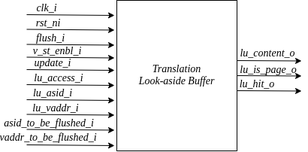
Above: docs/03_cva6_design/_static/in_out_tlb.png in openhwgroup/cva6 (draw.io), before the change. Source tidied: cells renumbered, new cells last; positions are measured from the earlier drawing's top-left corner, leaving out a move shared by most shapes.
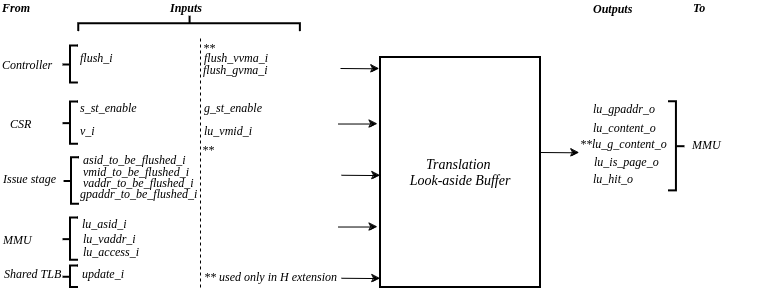
Later version of the same file.

The edit, as a diff of the source:
```diff
@@ -2,125 +2,176 @@
   <root>
     <mxCell id="0" />
     <mxCell id="1" parent="0" />
-    <mxCell id="2" value="&lt;p style=&quot;line-height: 120%;&quot;&gt;&lt;font style=&quot;font-size: 14px;&quot; face=&quot;Times New Roman&quot;&gt;&lt;i&gt;Translation&lt;br&gt;Look-aside Buffer&lt;/i&gt;&lt;/font&gt;&lt;/p&gt;" style="rounded=0;whiteSpace=wrap;html=1;" parent="1" vertex="1">
-      <mxGeometry x="120" width="160" height="200" as="geometry" />
+    <mxCell id="2" value="&lt;div&gt;Translation&amp;nbsp;&lt;/div&gt;&lt;div&gt;Look-aside Buffer&lt;/div&gt;" style="rounded=0;whiteSpace=wrap;html=1;strokeWidth=2;fontStyle=2;fontFamily=Times New Roman;fontSize=14;labelBackgroundColor=none;" parent="1" vertex="1">
+      <mxGeometry x="260" y="90" width="160" height="230" as="geometry" />
     </mxCell>
-    <mxCell id="3" style="endArrow=classic;html=1;rounded=0;entryX=-0.015;entryY=0.092;entryDx=0;entryDy=0;entryPerimeter=0;" parent="1" edge="1">
-      <mxGeometry relative="1" as="geometry">
-        <mxPoint y="19" as="sourcePoint" />
-        <mxPoint x="117" y="20" as="targetPoint" />
-      </mxGeometry>
-    </mxCell>
-    <mxCell id="4" style="endArrow=classic;html=1;rounded=0;entryX=-0.015;entryY=0.092;entryDx=0;entryDy=0;entryPerimeter=0;" parent="1" edge="1">
-      <mxGeometry relative="1" as="geometry">
-        <mxPoint y="38.5" as="sourcePoint" />
-        <mxPoint x="117" y="39.5" as="targetPoint" />
-      </mxGeometry>
-    </mxCell>
-    <mxCell id="5" style="endArrow=classic;html=1;rounded=0;entryX=-0.015;entryY=0.092;entryDx=0;entryDy=0;entryPerimeter=0;" parent="1" edge="1">
-      <mxGeometry relative="1" as="geometry">
-        <mxPoint y="58.5" as="sourcePoint" />
-        <mxPoint x="117" y="59.5" as="targetPoint" />
-      </mxGeometry>
-    </mxCell>
-    <mxCell id="6" style="endArrow=classic;html=1;rounded=0;entryX=-0.015;entryY=0.092;entryDx=0;entryDy=0;entryPerimeter=0;" parent="1" edge="1">
-      <mxGeometry relative="1" as="geometry">
-        <mxPoint y="92" as="sourcePoint" />
-        <mxPoint x="117" y="93" as="targetPoint" />
-      </mxGeometry>
-    </mxCell>
-    <mxCell id="7" style="endArrow=classic;html=1;rounded=0;entryX=-0.015;entryY=0.092;entryDx=0;entryDy=0;entryPerimeter=0;" parent="1" edge="1">
-      <mxGeometry relative="1" as="geometry">
-        <mxPoint y="112" as="sourcePoint" />
-        <mxPoint x="117" y="113" as="targetPoint" />
-      </mxGeometry>
-    </mxCell>
-    <mxCell id="8" style="endArrow=classic;html=1;rounded=0;entryX=-0.015;entryY=0.092;entryDx=0;entryDy=0;entryPerimeter=0;" parent="1" edge="1">
-      <mxGeometry relative="1" as="geometry">
-        <mxPoint y="132" as="sourcePoint" />
-        <mxPoint x="117" y="133" as="targetPoint" />
-      </mxGeometry>
-    </mxCell>
-    <mxCell id="9" style="endArrow=classic;html=1;rounded=0;entryX=-0.015;entryY=0.092;entryDx=0;entryDy=0;entryPerimeter=0;" parent="1" edge="1">
-      <mxGeometry relative="1" as="geometry">
-        <mxPoint y="151.5" as="sourcePoint" />
-        <mxPoint x="117" y="152.5" as="targetPoint" />
-      </mxGeometry>
-    </mxCell>
-    <mxCell id="10" style="endArrow=classic;html=1;rounded=0;entryX=-0.015;entryY=0.092;entryDx=0;entryDy=0;entryPerimeter=0;" parent="1" edge="1">
-      <mxGeometry relative="1" as="geometry">
-        <mxPoint y="171.5" as="sourcePoint" />
-        <mxPoint x="117" y="172.5" as="targetPoint" />
-      </mxGeometry>
-    </mxCell>
-    <mxCell id="11" style="endArrow=classic;html=1;rounded=0;entryX=-0.015;entryY=0.092;entryDx=0;entryDy=0;entryPerimeter=0;" parent="1" edge="1">
-      <mxGeometry relative="1" as="geometry">
-        <mxPoint y="192" as="sourcePoint" />
-        <mxPoint x="117" y="193" as="targetPoint" />
-      </mxGeometry>
-    </mxCell>
-    <mxCell id="12" style="endArrow=classic;html=1;rounded=0;" parent="1" edge="1">
-      <mxGeometry relative="1" as="geometry">
-        <mxPoint x="280" y="120" as="sourcePoint" />
-        <mxPoint x="366" y="120.5" as="targetPoint" />
-      </mxGeometry>
-    </mxCell>
-    <mxCell id="13" style="endArrow=classic;html=1;rounded=0;" parent="1" edge="1">
-      <mxGeometry relative="1" as="geometry">
-        <mxPoint x="280" y="100" as="sourcePoint" />
-        <mxPoint x="366" y="100.5" as="targetPoint" />
-      </mxGeometry>
-    </mxCell>
-    <mxCell id="14" style="endArrow=classic;html=1;rounded=0;" parent="1" edge="1">
-      <mxGeometry relative="1" as="geometry">
-        <mxPoint x="280" y="80" as="sourcePoint" />
-        <mxPoint x="366" y="80.5" as="targetPoint" />
-      </mxGeometry>
-    </mxCell>
-    <mxCell id="15" value="clk_i" style="text;html=1;strokeColor=none;fillColor=none;align=center;verticalAlign=middle;whiteSpace=wrap;rounded=0;fontSize=14;fontStyle=2;fontFamily=Times New Roman;" parent="1" vertex="1">
-      <mxGeometry x="17" y="5" width="20" height="10" as="geometry" />
-    </mxCell>
-    <mxCell id="16" value="rst_ni" style="text;html=1;strokeColor=none;fillColor=none;align=center;verticalAlign=middle;whiteSpace=wrap;rounded=0;fontSize=14;fontStyle=2;fontFamily=Times New Roman;" parent="1" vertex="1">
-      <mxGeometry x="19" y="25" width="20" height="10" as="geometry" />
-    </mxCell>
-    <mxCell id="17" value="flush_i" style="text;html=1;strokeColor=none;fillColor=none;align=center;verticalAlign=middle;whiteSpace=wrap;rounded=0;fontSize=14;fontStyle=2;fontFamily=Times New Roman;" parent="1" vertex="1">
-      <mxGeometry x="22" y="45" width="20" height="10" as="geometry" />
+    <mxCell id="17" value="flush_i" style="text;html=1;strokeColor=none;fillColor=none;align=left;verticalAlign=middle;whiteSpace=wrap;rounded=0;fontStyle=2;fontFamily=Times New Roman;fontSize=12;labelBackgroundColor=none;" parent="1" vertex="1">
+      <mxGeometry x="-42" y="85" width="30" height="10" as="geometry" />
     </mxCell>
-    <mxCell id="18" value="update_i" style="text;html=1;strokeColor=none;fillColor=none;align=center;verticalAlign=middle;whiteSpace=wrap;rounded=0;fontSize=14;fontStyle=2;fontFamily=Times New Roman;" parent="1" vertex="1">
-      <mxGeometry x="25" y="78" width="20" height="10" as="geometry" />
-    </mxCell>
-    <mxCell id="19" value="lu_access_i" style="text;html=1;strokeColor=none;fillColor=none;align=center;verticalAlign=middle;whiteSpace=wrap;rounded=0;fontSize=14;fontStyle=2;fontFamily=Times New Roman;" parent="1" vertex="1">
-      <mxGeometry x="33" y="98" width="20" height="10" as="geometry" />
-    </mxCell>
+    <mxCell id="29" value="s_st_enable" style="text;html=1;strokeColor=none;fillColor=none;align=left;verticalAlign=middle;whiteSpace=wrap;rounded=0;fontStyle=2;fontFamily=Times New Roman;fontSize=12;labelBackgroundColor=none;" parent="1" vertex="1">
+      <mxGeometry x="-42" y="134.5" width="30" height="10" as="geometry" />
+    </mxCell>
+    <mxCell id="21" value="lu_vaddr_i" style="text;html=1;strokeColor=none;fillColor=none;align=left;verticalAlign=middle;whiteSpace=wrap;rounded=0;fontStyle=2;fontFamily=Times New Roman;fontSize=12;labelBackgroundColor=none;" parent="1" vertex="1">
+      <mxGeometry x="-39" y="265.8" width="30" height="10" as="geometry" />
+    </mxCell>
-    <mxCell id="20" value="lu_asid_i" style="text;html=1;strokeColor=none;fillColor=none;align=center;verticalAlign=middle;whiteSpace=wrap;rounded=0;fontSize=14;fontStyle=2;fontFamily=Times New Roman;" parent="1" vertex="1">
-      <mxGeometry x="25" y="120" width="20" height="5" as="geometry" />
+    <mxCell id="20" value="lu_asid_i" style="text;html=1;strokeColor=none;fillColor=none;align=left;verticalAlign=middle;whiteSpace=wrap;rounded=0;fontStyle=2;fontFamily=Times New Roman;fontSize=12;labelBackgroundColor=none;" parent="1" vertex="1">
+      <mxGeometry x="-40" y="250.8" width="30" height="10" as="geometry" />
     </mxCell>
-    <mxCell id="21" value="lu_vaddr_i" style="text;html=1;strokeColor=none;fillColor=none;align=center;verticalAlign=middle;whiteSpace=wrap;rounded=0;fontSize=14;fontStyle=2;fontFamily=Times New Roman;" parent="1" vertex="1">
-      <mxGeometry x="29" y="138" width="20" height="10" as="geometry" />
-    </mxCell>
-    <mxCell id="22" value="asid_to_be_flushed_i" style="text;html=1;strokeColor=none;fillColor=none;align=center;verticalAlign=middle;whiteSpace=wrap;rounded=0;fontSize=14;fontStyle=2;fontFamily=Times New Roman;" parent="1" vertex="1">
-      <mxGeometry x="20" y="158" width="20" height="10" as="geometry" />
+    <mxCell id="22" value="asid_to_be_flushed_i" style="text;html=1;strokeColor=none;fillColor=none;align=left;verticalAlign=middle;whiteSpace=wrap;rounded=0;fontStyle=2;fontFamily=Times New Roman;fontSize=12;labelBackgroundColor=none;" parent="1" vertex="1">
+      <mxGeometry x="-39" y="186.8" width="30" height="10" as="geometry" />
     </mxCell>
-    <mxCell id="23" value="vaddr_to_be_flushed_i" style="text;html=1;strokeColor=none;fillColor=none;align=center;verticalAlign=middle;whiteSpace=wrap;rounded=0;fontSize=14;fontStyle=2;fontFamily=Times New Roman;" parent="1" vertex="1">
-      <mxGeometry x="19" y="177" width="20" height="10" as="geometry" />
+    <mxCell id="23" value="vaddr_to_be_flushed_i" style="text;html=1;strokeColor=none;fillColor=none;align=left;verticalAlign=middle;whiteSpace=wrap;rounded=0;fontStyle=2;fontFamily=Times New Roman;fontSize=12;labelBackgroundColor=none;" parent="1" vertex="1">
+      <mxGeometry x="-39" y="209.8" width="30" height="10" as="geometry" />
     </mxCell>
+    <mxCell id="30" value="g_st_enable" style="text;html=1;strokeColor=none;fillColor=none;align=left;verticalAlign=middle;whiteSpace=wrap;rounded=0;fontStyle=2;fontFamily=Times New Roman;fontSize=12;labelBackgroundColor=none;" parent="1" vertex="1">
+      <mxGeometry x="82" y="134.5" width="30" height="10" as="geometry" />
+    </mxCell>
+    <mxCell id="31" value="v_i" style="text;html=1;strokeColor=none;fillColor=none;align=left;verticalAlign=middle;whiteSpace=wrap;rounded=0;fontStyle=2;fontFamily=Times New Roman;fontSize=12;labelBackgroundColor=none;" parent="1" vertex="1">
+      <mxGeometry x="-42" y="157.5" width="30" height="10" as="geometry" />
+    </mxCell>
+    <mxCell id="32" value="lu_vmid_i" style="text;html=1;strokeColor=none;fillColor=none;align=left;verticalAlign=middle;whiteSpace=wrap;rounded=0;fontStyle=2;fontFamily=Times New Roman;fontSize=12;labelBackgroundColor=none;" parent="1" vertex="1">
+      <mxGeometry x="82" y="157.5" width="30" height="10" as="geometry" />
+    </mxCell>
+    <mxCell id="33" value="vmid_to_be_flushed_i" style="text;html=1;strokeColor=none;fillColor=none;align=left;verticalAlign=middle;whiteSpace=wrap;rounded=0;fontStyle=2;fontFamily=Times New Roman;fontSize=12;labelBackgroundColor=none;" parent="1" vertex="1">
+      <mxGeometry x="-39" y="198.8" width="30" height="10" as="geometry" />
+    </mxCell>
+    <mxCell id="34" value="gpaddr_to_be_flushed_i" style="text;html=1;strokeColor=none;fillColor=none;align=left;verticalAlign=middle;whiteSpace=wrap;rounded=0;fontStyle=2;fontFamily=Times New Roman;fontSize=12;labelBackgroundColor=none;" parent="1" vertex="1">
+      <mxGeometry x="-42" y="220.8" width="30" height="10" as="geometry" />
+    </mxCell>
+    <mxCell id="35" value="flush_vvma_i" style="text;html=1;strokeColor=none;fillColor=none;align=left;verticalAlign=middle;whiteSpace=wrap;rounded=0;fontStyle=2;fontFamily=Times New Roman;fontSize=12;labelBackgroundColor=none;" parent="1" vertex="1">
+      <mxGeometry x="82" y="85" width="30" height="10" as="geometry" />
+    </mxCell>
+    <mxCell id="36" value="flush_gvma_i" style="text;html=1;strokeColor=none;fillColor=none;align=left;verticalAlign=middle;whiteSpace=wrap;rounded=0;fontStyle=2;fontFamily=Times New Roman;fontSize=12;labelBackgroundColor=none;" parent="1" vertex="1">
+      <mxGeometry x="81" y="97" width="30" height="10" as="geometry" />
+    </mxCell>
+    <mxCell id="37" style="endArrow=classic;html=1;rounded=0;strokeColor=#000000;fontColor=#393C56;fillColor=#F2CC8F;" parent="1" edge="1">
+      <mxGeometry relative="1" as="geometry">
+        <mxPoint x="220" y="101" as="sourcePoint" />
+        <mxPoint x="259" y="101.3" as="targetPoint" />
+      </mxGeometry>
+    </mxCell>
+    <mxCell id="38" value="Controller" style="text;html=1;strokeColor=none;fillColor=none;align=left;verticalAlign=middle;whiteSpace=wrap;rounded=0;fontStyle=2;fontFamily=Times New Roman;fontSize=12;labelBackgroundColor=none;" parent="1" vertex="1">
+      <mxGeometry x="-120" y="92" width="30" height="10" as="geometry" />
+    </mxCell>
+    <mxCell id="39" value="CSR" style="text;html=1;strokeColor=none;fillColor=none;align=left;verticalAlign=middle;whiteSpace=wrap;rounded=0;fontStyle=2;fontFamily=Times New Roman;fontSize=12;labelBackgroundColor=none;" parent="1" vertex="1">
+      <mxGeometry x="-112" y="150.6" width="30" height="10" as="geometry" />
+    </mxCell>
+    <mxCell id="40" style="edgeStyle=orthogonalEdgeStyle;rounded=0;orthogonalLoop=1;jettySize=auto;html=1;exitX=0.5;exitY=1;exitDx=0;exitDy=0;" parent="1" edge="1">
+      <mxGeometry relative="1" as="geometry">
+        <mxPoint x="-95.5" y="49" as="sourcePoint" />
+        <mxPoint x="-95.5" y="49" as="targetPoint" />
+      </mxGeometry>
+    </mxCell>
+    <mxCell id="41" value="Issue stage" style="text;html=1;strokeColor=none;fillColor=none;align=left;verticalAlign=middle;whiteSpace=wrap;rounded=0;fontStyle=2;fontFamily=Times New Roman;fontSize=12;labelBackgroundColor=none;" parent="1" vertex="1">
+      <mxGeometry x="-119" y="205.8" width="66" height="10" as="geometry" />
+    </mxCell>
+    <mxCell id="42" style="endArrow=classic;html=1;rounded=0;strokeColor=#000000;fontColor=#393C56;fillColor=#F2CC8F;" parent="1" edge="1">
+      <mxGeometry relative="1" as="geometry">
+        <mxPoint x="218" y="156.5" as="sourcePoint" />
+        <mxPoint x="257" y="156.5" as="targetPoint" />
+      </mxGeometry>
+    </mxCell>
+    <mxCell id="43" style="endArrow=classic;html=1;rounded=0;strokeColor=#000000;fontColor=#393C56;fillColor=#F2CC8F;" parent="1" edge="1">
+      <mxGeometry relative="1" as="geometry">
+        <mxPoint x="221" y="207.8" as="sourcePoint" />
+        <mxPoint x="260" y="208.1" as="targetPoint" />
+      </mxGeometry>
+    </mxCell>
+    <mxCell id="44" value="&lt;b&gt;From&lt;/b&gt;" style="text;html=1;strokeColor=none;fillColor=none;align=left;verticalAlign=middle;whiteSpace=wrap;rounded=0;fontStyle=2;fontFamily=Times New Roman;fontSize=12;labelBackgroundColor=none;" parent="1" vertex="1">
+      <mxGeometry x="-120" y="35" width="30" height="10" as="geometry" />
+    </mxCell>
+    <mxCell id="45" value="&lt;b&gt;Inputs&lt;/b&gt;" style="text;html=1;strokeColor=none;fillColor=none;align=left;verticalAlign=middle;whiteSpace=wrap;rounded=0;fontStyle=2;fontFamily=Times New Roman;fontSize=12;labelBackgroundColor=none;" parent="1" vertex="1">
+      <mxGeometry x="48" y="35" width="82" height="10" as="geometry" />
+    </mxCell>
+    <mxCell id="46" value="&lt;b&gt;Outputs&lt;/b&gt;" style="text;html=1;strokeColor=none;fillColor=none;align=left;verticalAlign=middle;whiteSpace=wrap;rounded=0;fontStyle=2;fontFamily=Times New Roman;fontSize=12;labelBackgroundColor=none;" parent="1" vertex="1">
+      <mxGeometry x="471" y="36" width="82" height="10" as="geometry" />
+    </mxCell>
+    <mxCell id="47" value="&lt;b&gt;To&lt;/b&gt;" style="text;html=1;strokeColor=none;fillColor=none;align=left;verticalAlign=middle;whiteSpace=wrap;rounded=0;fontStyle=2;fontFamily=Times New Roman;fontSize=12;labelBackgroundColor=none;" parent="1" vertex="1">
+      <mxGeometry x="571" y="35" width="82" height="10" as="geometry" />
+    </mxCell>
+    <mxCell id="48" style="strokeWidth=2;html=1;shape=mxgraph.flowchart.annotation_2;align=left;labelPosition=right;rotation=90;" parent="1" vertex="1">
+      <mxGeometry x="61.1" y="-54.6" width="15.9" height="221.6" as="geometry" />
+    </mxCell>
+    <mxCell id="49" style="endArrow=none;dashed=1;html=1;rounded=0;" parent="1" edge="1">
+      <mxGeometry relative="1" as="geometry">
+        <mxPoint x="80" y="320" as="sourcePoint" />
+        <mxPoint x="80" y="70" as="targetPoint" />
+      </mxGeometry>
+    </mxCell>
+    <mxCell id="50" value="** used only in H extension" style="text;html=1;strokeColor=none;fillColor=none;align=left;verticalAlign=middle;whiteSpace=wrap;rounded=0;fontStyle=2;fontFamily=Times New Roman;fontSize=12;labelBackgroundColor=none;" parent="1" vertex="1">
+      <mxGeometry x="82" y="304.3" width="159" height="10" as="geometry" />
+    </mxCell>
+    <mxCell id="51" value="** " style="text;html=1;strokeColor=none;fillColor=none;align=left;verticalAlign=middle;whiteSpace=wrap;rounded=0;fontStyle=2;fontFamily=Times New Roman;fontSize=12;labelBackgroundColor=none;" parent="1" vertex="1">
+      <mxGeometry x="81" y="75" width="159" height="10" as="geometry" />
+    </mxCell>
+    <mxCell id="52" style="endArrow=classic;html=1;rounded=0;strokeColor=#000000;fontColor=#393C56;fillColor=#F2CC8F;" parent="1" edge="1">
+      <mxGeometry relative="1" as="geometry">
+        <mxPoint x="420" y="185" as="sourcePoint" />
+        <mxPoint x="459" y="185.3" as="targetPoint" />
+      </mxGeometry>
+    </mxCell>
+    <mxCell id="53" value="** " style="text;html=1;strokeColor=none;fillColor=none;align=left;verticalAlign=middle;whiteSpace=wrap;rounded=0;fontStyle=2;fontFamily=Times New Roman;fontSize=12;labelBackgroundColor=none;" parent="1" vertex="1">
+      <mxGeometry x="80" y="176.8" width="160" height="10" as="geometry" />
+    </mxCell>
+    <mxCell id="54" style="strokeWidth=2;html=1;shape=mxgraph.flowchart.annotation_2;align=left;labelPosition=right;rotation=0;" parent="1" vertex="1">
+      <mxGeometry x="-57.9" y="78.5" width="15.9" height="37" as="geometry" />
+    </mxCell>
+    <mxCell id="55" style="strokeWidth=2;html=1;shape=mxgraph.flowchart.annotation_2;align=left;labelPosition=right;rotation=0;" parent="1" vertex="1">
+      <mxGeometry x="-57.9" y="134.5" width="15.9" height="42.2" as="geometry" />
+    </mxCell>
+    <mxCell id="56" style="strokeWidth=2;html=1;shape=mxgraph.flowchart.annotation_2;align=left;labelPosition=right;rotation=0;" parent="1" vertex="1">
+      <mxGeometry x="-56.9" y="190.2" width="15.9" height="46.5" as="geometry" />
+    </mxCell>
+    <mxCell id="57" value="MMU" style="text;html=1;strokeColor=none;fillColor=none;align=left;verticalAlign=middle;whiteSpace=wrap;rounded=0;fontStyle=2;fontFamily=Times New Roman;fontSize=12;labelBackgroundColor=none;" parent="1" vertex="1">
+      <mxGeometry x="-118.9" y="266.8" width="66" height="10" as="geometry" />
+    </mxCell>
+    <mxCell id="58" value="lu_gpaddr_o" style="text;html=1;strokeColor=none;fillColor=none;align=left;verticalAlign=middle;whiteSpace=wrap;rounded=0;fontStyle=2;fontFamily=Times New Roman;fontSize=12;labelBackgroundColor=none;" parent="1" vertex="1">
+      <mxGeometry x="471" y="138" width="30" height="5.8" as="geometry" />
+    </mxCell>
+    <mxCell id="59" value="MMU" style="text;html=1;strokeColor=none;fillColor=none;align=left;verticalAlign=middle;whiteSpace=wrap;rounded=0;fontStyle=2;fontFamily=Times New Roman;fontSize=12;labelBackgroundColor=none;" parent="1" vertex="1">
+      <mxGeometry x="570" y="171.6" width="66" height="10" as="geometry" />
+    </mxCell>
+    <mxCell id="19" value="lu_access_i" style="text;html=1;strokeColor=none;fillColor=none;align=left;verticalAlign=middle;whiteSpace=wrap;rounded=0;fontStyle=2;fontFamily=Times New Roman;fontSize=12;labelBackgroundColor=none;" parent="1" vertex="1">
+      <mxGeometry x="-39" y="278.8" width="30" height="10" as="geometry" />
+    </mxCell>
-    <mxCell id="24" value="lu_content_o" style="text;html=1;strokeColor=none;fillColor=none;align=center;verticalAlign=middle;whiteSpace=wrap;rounded=0;fontSize=14;fontStyle=2;fontFamily=Times New Roman;" parent="1" vertex="1">
-      <mxGeometry x="311" y="65" width="20" height="10" as="geometry" />
+    <mxCell id="24" value="lu_content_o" style="text;html=1;strokeColor=none;fillColor=none;align=left;verticalAlign=middle;whiteSpace=wrap;rounded=0;fontStyle=2;fontFamily=Times New Roman;fontSize=12;labelBackgroundColor=none;" parent="1" vertex="1">
+      <mxGeometry x="471" y="157.2" width="30" height="5.8" as="geometry" />
     </mxCell>
+    <mxCell id="60" value="**lu_g_content_o" style="text;html=1;strokeColor=none;fillColor=none;align=left;verticalAlign=middle;whiteSpace=wrap;rounded=0;fontStyle=2;fontFamily=Times New Roman;fontSize=12;labelBackgroundColor=none;" parent="1" vertex="1">
+      <mxGeometry x="458" y="173.2" width="30" height="5.8" as="geometry" />
+    </mxCell>
-    <mxCell id="25" value="lu_is_page_o" style="text;html=1;strokeColor=none;fillColor=none;align=center;verticalAlign=middle;whiteSpace=wrap;rounded=0;fontSize=14;fontStyle=2;fontFamily=Times New Roman;" parent="1" vertex="1">
-      <mxGeometry x="312" y="89" width="20" height="5" as="geometry" />
+    <mxCell id="25" value="lu_is_page_o" style="text;html=1;strokeColor=none;fillColor=none;align=left;verticalAlign=middle;whiteSpace=wrap;rounded=0;fontStyle=2;fontFamily=Times New Roman;fontSize=12;labelBackgroundColor=none;" parent="1" vertex="1">
+      <mxGeometry x="472" y="191.2" width="30" height="5.8" as="geometry" />
     </mxCell>
-    <mxCell id="26" value="lu_hit_o" style="text;html=1;strokeColor=none;fillColor=none;align=center;verticalAlign=middle;whiteSpace=wrap;rounded=0;fontSize=14;fontStyle=2;fontFamily=Times New Roman;" parent="1" vertex="1">
-      <mxGeometry x="297" y="106" width="20" height="10" as="geometry" />
+    <mxCell id="26" value="lu_hit_o" style="text;html=1;strokeColor=none;fillColor=none;align=left;verticalAlign=middle;whiteSpace=wrap;rounded=0;fontStyle=2;fontFamily=Times New Roman;fontSize=12;labelBackgroundColor=none;" parent="1" vertex="1">
+      <mxGeometry x="471" y="208" width="30" height="5.8" as="geometry" />
     </mxCell>
-    <mxCell id="27" style="endArrow=classic;html=1;rounded=0;entryX=-0.015;entryY=0.092;entryDx=0;entryDy=0;entryPerimeter=0;" parent="1" edge="1">
-      <mxGeometry relative="1" as="geometry">
-        <mxPoint y="75.5" as="sourcePoint" />
-        <mxPoint x="117" y="76.5" as="targetPoint" />
-      </mxGeometry>
-    </mxCell>
-    <mxCell id="28" value="v_st_enbl_i" style="text;html=1;strokeColor=none;fillColor=none;align=center;verticalAlign=middle;whiteSpace=wrap;rounded=0;fontSize=14;fontStyle=2;fontFamily=Times New Roman;" parent="1" vertex="1">
-      <mxGeometry x="31" y="62" width="20" height="10" as="geometry" />
-    </mxCell>
+    <mxCell id="18" value="update_i" style="text;html=1;strokeColor=none;fillColor=none;align=left;verticalAlign=middle;whiteSpace=wrap;rounded=0;fontStyle=2;fontFamily=Times New Roman;fontSize=12;labelBackgroundColor=none;" parent="1" vertex="1">
+      <mxGeometry x="-40" y="300.8" width="30" height="10" as="geometry" />
+    </mxCell>
+    <mxCell id="61" value="Shared TLB" style="text;html=1;strokeColor=none;fillColor=none;align=left;verticalAlign=middle;whiteSpace=wrap;rounded=0;fontStyle=2;fontFamily=Times New Roman;fontSize=12;labelBackgroundColor=none;" parent="1" vertex="1">
+      <mxGeometry x="-118" y="300.8" width="66" height="10" as="geometry" />
+    </mxCell>
+    <mxCell id="62" style="strokeWidth=2;html=1;shape=mxgraph.flowchart.annotation_2;align=left;labelPosition=right;rotation=0;" parent="1" vertex="1">
+      <mxGeometry x="-57.9" y="250.5" width="15.9" height="42.2" as="geometry" />
+    </mxCell>
+    <mxCell id="63" style="strokeWidth=2;html=1;shape=mxgraph.flowchart.annotation_2;align=left;labelPosition=right;rotation=0;" parent="1" vertex="1">
+      <mxGeometry x="-57.9" y="298.5" width="15.9" height="21.5" as="geometry" />
+    </mxCell>
+    <mxCell id="64" style="strokeWidth=2;html=1;shape=mxgraph.flowchart.annotation_2;align=left;labelPosition=right;rotation=-180;" parent="1" vertex="1">
+      <mxGeometry x="548" y="134.1" width="15.9" height="89.1" as="geometry" />
+    </mxCell>
+    <mxCell id="65" style="endArrow=classic;html=1;rounded=0;strokeColor=#000000;fontColor=#393C56;fillColor=#F2CC8F;" parent="1" edge="1">
+      <mxGeometry relative="1" as="geometry">
+        <mxPoint x="218" y="259.5" as="sourcePoint" />
+        <mxPoint x="257" y="259.5" as="targetPoint" />
+      </mxGeometry>
+    </mxCell>
+    <mxCell id="66" style="endArrow=classic;html=1;rounded=0;strokeColor=#000000;fontColor=#393C56;fillColor=#F2CC8F;" parent="1" edge="1">
+      <mxGeometry relative="1" as="geometry">
+        <mxPoint x="221" y="310.8" as="sourcePoint" />
+        <mxPoint x="260" y="311.1" as="targetPoint" />
+      </mxGeometry>
+    </mxCell>
   </root>
 </mxGraphModel>
```
